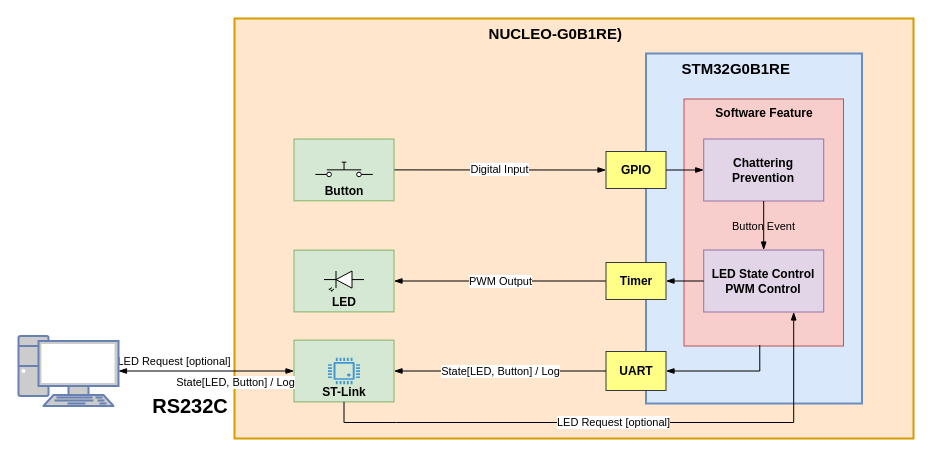
This is Resources/Part2/Part2_XLM_BlockDiagram.drawio from gtuja/CSC_MS, a draw.io file, before an edit. Source tidied: cells renumbered, new cells numbered last; positions are measured from the earlier drawing's top-left corner, leaving out a move shared by most shapes. Both pictures are drawn from the tidied source at 100%, with x=0, y=0 at pixel (18, 18).
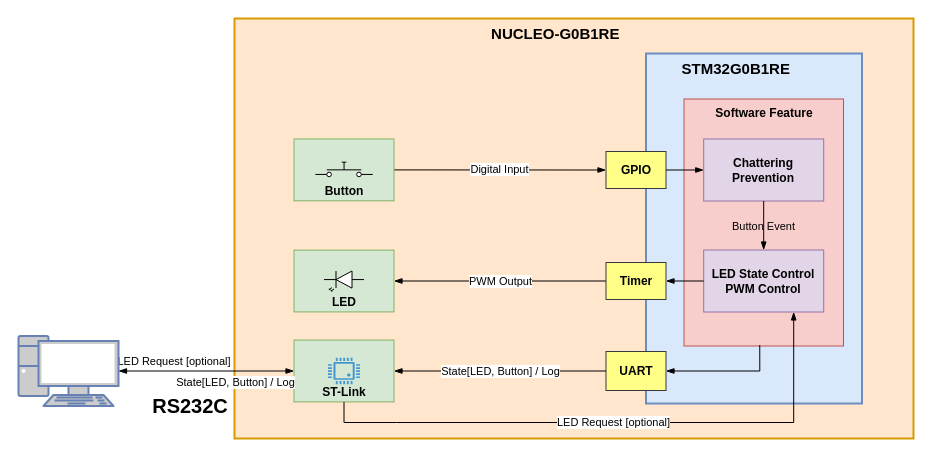
Above is the later version.

Commit message (it also covers changes not shown here):
[main] Update Resources/Part2/Part2_XLM_BlockDiagram.drawio

The edit, as a diff of the source:
```diff
@@
-    <mxCell id="2" value="&lt;div style=&quot;margin-top: 0pt; margin-bottom: 0pt; text-indent: -0.38in; font-size: 15px;&quot; class=&quot;O0&quot;&gt;&lt;span style=&quot;font-size: 15px; font-weight: bold;&quot;&gt;NUCLEO-G0B1RE)&lt;/span&gt;&lt;/div&gt;" style="rounded=0;whiteSpace=wrap;html=1;strokeWidth=2;align=center;horizontal=1;verticalAlign=top;fontSize=15;labelBackgroundColor=none;fontFamily=Calibri;fillColor=#ffe6cc;strokeColor=#d79b00;" parent="1" vertex="1">
+    <mxCell id="2" value="&lt;div style=&quot;margin-top: 0pt; margin-bottom: 0pt; text-indent: -0.38in; font-size: 15px;&quot; class=&quot;O0&quot;&gt;&lt;span style=&quot;font-size: 15px; font-weight: bold;&quot;&gt;NUCLEO-G0B1RE&lt;/span&gt;&lt;/div&gt;" style="rounded=0;whiteSpace=wrap;html=1;strokeWidth=2;align=center;horizontal=1;verticalAlign=top;fontSize=15;labelBackgroundColor=none;fontFamily=Calibri;fillColor=#ffe6cc;strokeColor=#d79b00;" parent="1" vertex="1">
       <mxGeometry x="216" width="679" height="420" as="geometry" />
     </mxCell>
```
